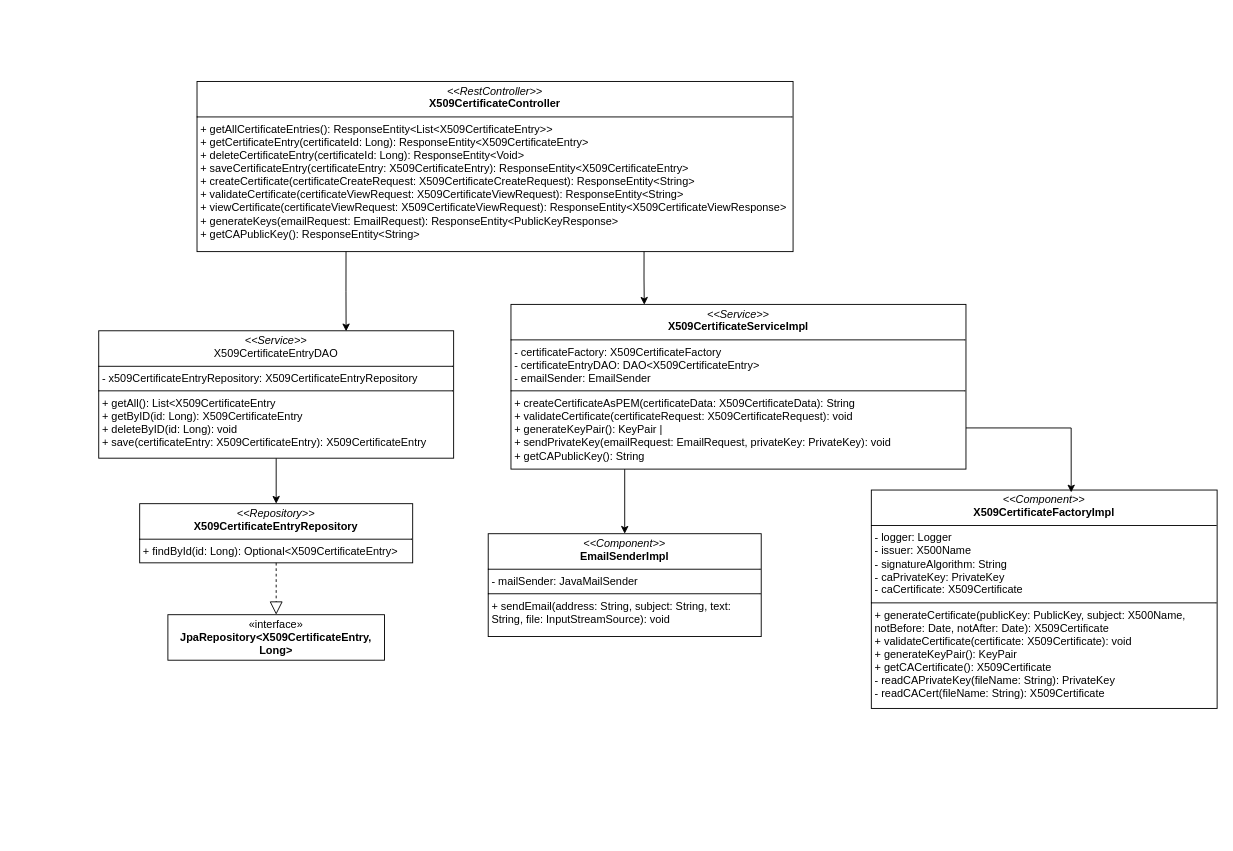
This is assets/diagrams/certificate_service_uml.drawio from jamestesting0/certification-authority-backend, a draw.io file, before an edit. Source tidied: cells renumbered, new cells numbered last; positions are measured from the earlier drawing's top-left corner, leaving out a move shared by most shapes. Both pictures are drawn from the tidied source at 91%, with x=0, y=0 at pixel (98, 81).
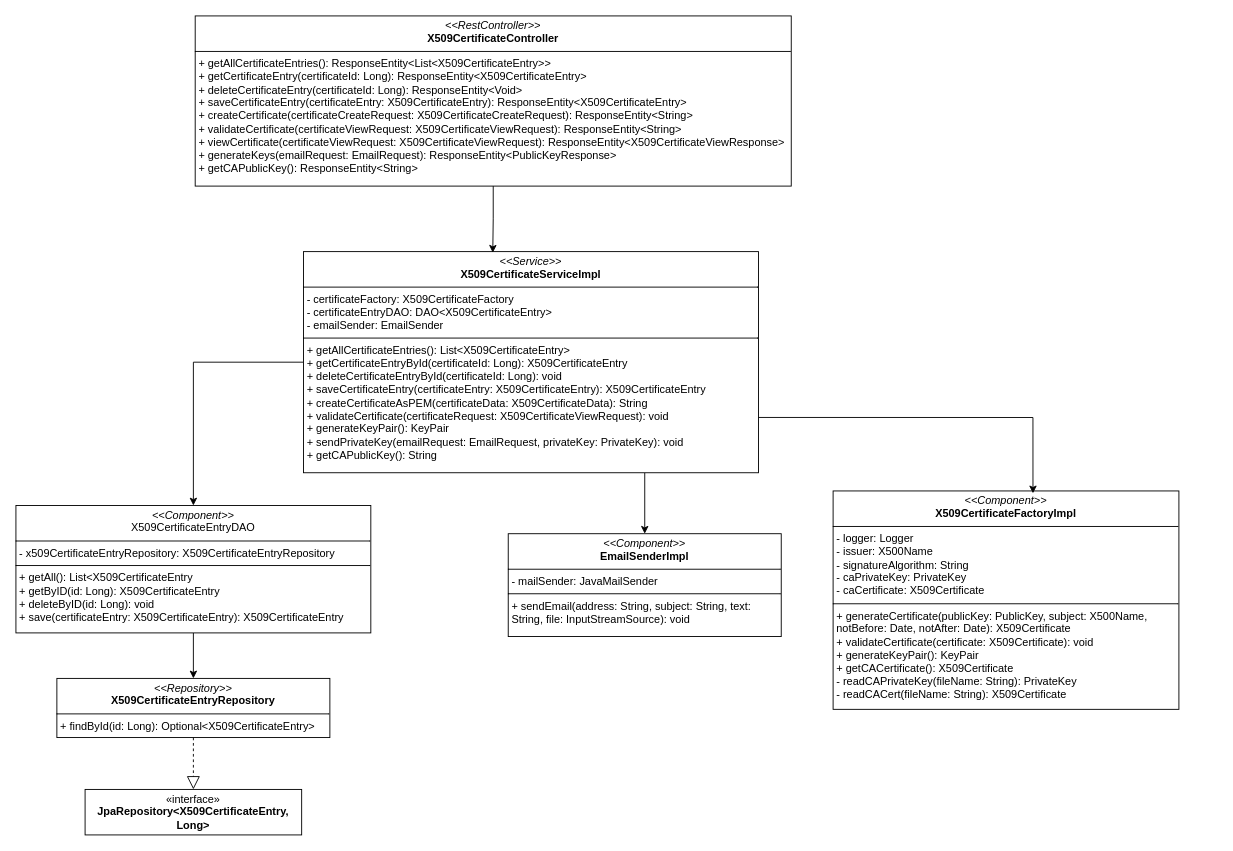
After the change.

Commit message (it also covers changes not shown here):
move dao folder

What changed in the source:
```diff
@@
 <mxGraphModel>
   <root>
     <mxCell id="0" />
     <mxCell id="1" parent="0" />
+    <mxCell id="15" style="edgeStyle=orthogonalEdgeStyle;rounded=0;jettySize=auto;html=1;exitX=0;exitY=0.5;exitDx=0;exitDy=0;" parent="1" edge="1" source="3" target="7">
+      <mxGeometry relative="1" as="geometry" />
+    </mxCell>
-    <mxCell id="2" style="edgeStyle=orthogonalEdgeStyle;rounded=0;jettySize=auto;html=1;exitX=0.25;exitY=1;exitDx=0;exitDy=0;entryX=0.5;entryY=0;entryDx=0;entryDy=0;" parent="1" edge="1" source="3" target="5">
+    <mxCell id="2" style="edgeStyle=orthogonalEdgeStyle;rounded=0;jettySize=auto;html=1;exitX=0.75;exitY=1;exitDx=0;exitDy=0;" parent="1" edge="1" source="3" target="5">
       <mxGeometry relative="1" as="geometry" />
     </mxCell>
-    <mxCell id="3" value="&lt;p style=&quot;margin:0px;margin-top:4px;text-align:center;&quot;&gt;&lt;i&gt;&amp;lt;&amp;lt;Service&amp;gt;&amp;gt;&lt;/i&gt;&lt;br&gt;&lt;b&gt;X509CertificateServiceImpl&lt;/b&gt;&lt;/p&gt;&lt;hr size=&quot;1&quot; style=&quot;border-style:solid;&quot;&gt;&lt;p style=&quot;margin:0px;margin-left:4px;&quot;&gt;- certificateFactory: X509CertificateFactory&lt;br&gt;- certificateEntryDAO: DAO&amp;lt;X509CertificateEntry&amp;gt;&lt;br&gt;&lt;/p&gt;&lt;p style=&quot;margin:0px;margin-left:4px;&quot;&gt;- emailSender: EmailSender&amp;nbsp;&lt;br&gt;&lt;/p&gt;&lt;hr size=&quot;1&quot; style=&quot;border-style:solid;&quot;&gt;&lt;p style=&quot;margin:0px;margin-left:4px;&quot;&gt;+ createCertificateAsPEM(certificateData: X509CertificateData): String&lt;br&gt;+ validateCertificate(certificateRequest: X509CertificateRequest): void&lt;br&gt;+ generateKeyPair(): KeyPair |&lt;br&gt;+ sendPrivateKey(emailRequest: EmailRequest, privateKey: PrivateKey): void&lt;br&gt;+ getCAPublicKey(): String&lt;br&gt;&lt;/p&gt;" style="verticalAlign=top;align=left;overflow=fill;html=1;whiteSpace=wrap;" parent="1" vertex="1">
-      <mxGeometry x="453" y="245" width="500" height="181" as="geometry" />
+    <mxCell id="3" value="&lt;p style=&quot;margin:0px;margin-top:4px;text-align:center;&quot;&gt;&lt;i&gt;&amp;lt;&amp;lt;Service&amp;gt;&amp;gt;&lt;/i&gt;&lt;br&gt;&lt;b&gt;X509CertificateServiceImpl&lt;/b&gt;&lt;/p&gt;&lt;hr size=&quot;1&quot; style=&quot;border-style:solid;&quot;&gt;&lt;p style=&quot;margin:0px;margin-left:4px;&quot;&gt;- certificateFactory: X509CertificateFactory&lt;br&gt;- certificateEntryDAO: DAO&amp;lt;X509CertificateEntry&amp;gt;&lt;br&gt;&lt;/p&gt;&lt;p style=&quot;margin:0px;margin-left:4px;&quot;&gt;- emailSender: EmailSender&amp;nbsp;&lt;br&gt;&lt;/p&gt;&lt;hr size=&quot;1&quot; style=&quot;border-style:solid;&quot;&gt;&lt;p style=&quot;margin:0px;margin-left:4px;&quot;&gt;+ getAllCertificateEntries(): List&amp;lt;X509CertificateEntry&amp;gt;&lt;br&gt;+ getCertificateEntryById(certificateId: Long): X509CertificateEntry&lt;br&gt;+ deleteCertificateEntryById(certificateId: Long): void&lt;br&gt;+ saveCertificateEntry(certificateEntry: X509CertificateEntry): X509CertificateEntry&lt;br&gt;+ createCertificateAsPEM(certificateData: X509CertificateData): String&lt;br&gt;+ validateCertificate(certificateRequest: X509CertificateViewRequest): void&lt;br&gt;+ generateKeyPair(): KeyPair&lt;br&gt;+ sendPrivateKey(emailRequest: EmailRequest, privateKey: PrivateKey): void&lt;br&gt;+ getCAPublicKey(): String&amp;nbsp; &amp;nbsp;&amp;nbsp;&lt;br&gt;&lt;/p&gt;" style="verticalAlign=top;align=left;overflow=fill;html=1;whiteSpace=wrap;" parent="1" vertex="1">
+      <mxGeometry x="225" y="187" width="500" height="243" as="geometry" />
     </mxCell>
     <mxCell id="4" value="&lt;p style=&quot;margin:0px;margin-top:4px;text-align:center;&quot;&gt;&lt;i&gt;&amp;lt;&amp;lt;Component&amp;gt;&amp;gt;&lt;/i&gt;&lt;br&gt;&lt;b&gt;X509CertificateFactoryImpl&lt;/b&gt;&lt;/p&gt;&lt;hr size=&quot;1&quot; style=&quot;border-style:solid;&quot;&gt;&lt;p style=&quot;margin:0px;margin-left:4px;&quot;&gt;- logger: Logger&lt;/p&gt;&lt;p style=&quot;margin:0px;margin-left:4px;&quot;&gt;- issuer: X500Name&lt;/p&gt;&lt;p style=&quot;margin:0px;margin-left:4px;&quot;&gt;- signatureAlgorithm: String&lt;/p&gt;&lt;p style=&quot;margin:0px;margin-left:4px;&quot;&gt;- caPrivateKey: PrivateKey&lt;/p&gt;&lt;p style=&quot;margin:0px;margin-left:4px;&quot;&gt;- caCertificate: X509Certificate&lt;br&gt;&lt;/p&gt;&lt;hr size=&quot;1&quot; style=&quot;border-style:solid;&quot;&gt;&lt;p style=&quot;margin:0px;margin-left:4px;&quot;&gt;+ generateCertificate(publicKey: PublicKey, subject: X500Name, notBefore: Date, notAfter: Date): X509Certificate&lt;br&gt;+ validateCertificate(certificate: X509Certificate): void&lt;br&gt;+ generateKeyPair(): KeyPair&lt;br&gt;+ getCACertificate(): X509Certificate&lt;br&gt;- readCAPrivateKey(fileName: String): PrivateKey&lt;br&gt;- readCACert(fileName: String): X509Certificate&amp;nbsp;&lt;br&gt;&lt;/p&gt;" style="verticalAlign=top;align=left;overflow=fill;html=1;whiteSpace=wrap;" parent="1" vertex="1">
-      <mxGeometry x="849" y="449" width="380" height="240" as="geometry" />
+      <mxGeometry x="807" y="450" width="380" height="240" as="geometry" />
     </mxCell>
     <mxCell id="5" value="&lt;p style=&quot;margin:0px;margin-top:4px;text-align:center;&quot;&gt;&lt;i&gt;&amp;lt;&amp;lt;Component&amp;gt;&amp;gt;&lt;/i&gt;&lt;br&gt;&lt;b&gt;EmailSenderImpl&lt;/b&gt;&lt;/p&gt;&lt;hr size=&quot;1&quot; style=&quot;border-style:solid;&quot;&gt;&lt;p style=&quot;margin:0px;margin-left:4px;&quot;&gt;- mailSender: JavaMailSender&amp;nbsp;&amp;nbsp;&lt;/p&gt;&lt;hr size=&quot;1&quot; style=&quot;border-style:solid;&quot;&gt;&lt;p style=&quot;margin:0px;margin-left:4px;&quot;&gt;+ sendEmail(address: String, subject: String, text: String, file: InputStreamSource): void&lt;br&gt;&lt;/p&gt;" style="verticalAlign=top;align=left;overflow=fill;html=1;whiteSpace=wrap;" parent="1" vertex="1">
-      <mxGeometry x="428" y="497" width="300" height="113" as="geometry" />
+      <mxGeometry x="450" y="497" width="300" height="113" as="geometry" />
     </mxCell>
     <mxCell id="6" style="edgeStyle=orthogonalEdgeStyle;rounded=0;jettySize=auto;html=1;exitX=0.5;exitY=1;exitDx=0;exitDy=0;entryX=0.5;entryY=0;entryDx=0;entryDy=0;" parent="1" edge="1" source="7" target="9">
       <mxGeometry relative="1" as="geometry" />
     </mxCell>
-    <mxCell id="7" value="&lt;p style=&quot;margin:0px;margin-top:4px;text-align:center;&quot;&gt;&lt;i&gt;&amp;lt;&amp;lt;Service&amp;gt;&amp;gt;&lt;/i&gt;&lt;br&gt;X509CertificateEntryDAO&lt;br&gt;&lt;/p&gt;&lt;hr size=&quot;1&quot; style=&quot;border-style:solid;&quot;&gt;&lt;p style=&quot;margin:0px;margin-left:4px;&quot;&gt;- x509CertificateEntryRepository: X509CertificateEntryRepository&lt;br&gt;&lt;/p&gt;&lt;hr size=&quot;1&quot; style=&quot;border-style:solid;&quot;&gt;&lt;p style=&quot;margin:0px;margin-left:4px;&quot;&gt;+ getAll(): List&amp;lt;X509CertificateEntry&lt;/p&gt;&lt;p style=&quot;margin:0px;margin-left:4px;&quot;&gt;+ getByID(id: Long): X509CertificateEntry&lt;/p&gt;&lt;p style=&quot;margin:0px;margin-left:4px;&quot;&gt;+ deleteByID(id: Long): void&lt;/p&gt;&lt;p style=&quot;margin:0px;margin-left:4px;&quot;&gt;+ save(certificateEntry: X509CertificateEntry): X509CertificateEntry&lt;br&gt;&lt;/p&gt;" style="verticalAlign=top;align=left;overflow=fill;html=1;whiteSpace=wrap;" parent="1" vertex="1">
-      <mxGeometry y="274" width="390" height="140" as="geometry" />
+    <mxCell id="7" value="&lt;p style=&quot;margin:0px;margin-top:4px;text-align:center;&quot;&gt;&lt;i&gt;&amp;lt;&amp;lt;Component&amp;gt;&amp;gt;&lt;/i&gt;&lt;br&gt;X509CertificateEntryDAO&lt;br&gt;&lt;/p&gt;&lt;hr size=&quot;1&quot; style=&quot;border-style:solid;&quot;&gt;&lt;p style=&quot;margin:0px;margin-left:4px;&quot;&gt;- x509CertificateEntryRepository: X509CertificateEntryRepository&lt;br&gt;&lt;/p&gt;&lt;hr size=&quot;1&quot; style=&quot;border-style:solid;&quot;&gt;&lt;p style=&quot;margin:0px;margin-left:4px;&quot;&gt;+ getAll(): List&amp;lt;X509CertificateEntry&lt;/p&gt;&lt;p style=&quot;margin:0px;margin-left:4px;&quot;&gt;+ getByID(id: Long): X509CertificateEntry&lt;/p&gt;&lt;p style=&quot;margin:0px;margin-left:4px;&quot;&gt;+ deleteByID(id: Long): void&lt;/p&gt;&lt;p style=&quot;margin:0px;margin-left:4px;&quot;&gt;+ save(certificateEntry: X509CertificateEntry): X509CertificateEntry&lt;br&gt;&lt;/p&gt;" style="verticalAlign=top;align=left;overflow=fill;html=1;whiteSpace=wrap;" parent="1" vertex="1">
+      <mxGeometry x="-91" y="466" width="390" height="140" as="geometry" />
     </mxCell>
     <mxCell id="8" style="edgeStyle=orthogonalEdgeStyle;rounded=0;jettySize=auto;html=1;exitX=1;exitY=0.75;exitDx=0;exitDy=0;entryX=0.578;entryY=0.011;entryDx=0;entryDy=0;entryPerimeter=0;" parent="1" edge="1" source="3" target="4">
       <mxGeometry relative="1" as="geometry" />
     </mxCell>
     <mxCell id="9" value="&lt;p style=&quot;margin:0px;margin-top:4px;text-align:center;&quot;&gt;&lt;i&gt;&amp;lt;&amp;lt;Repository&amp;gt;&amp;gt;&lt;/i&gt;&lt;br&gt;&lt;b&gt;X509CertificateEntryRepository&lt;/b&gt;&lt;/p&gt;&lt;hr size=&quot;1&quot; style=&quot;border-style:solid;&quot;&gt;&lt;p style=&quot;margin:0px;margin-left:4px;&quot;&gt;&lt;span class=&quot;hljs-operator&quot;&gt;+&lt;/span&gt; findById(id: Long): Optional&lt;span class=&quot;hljs-operator&quot;&gt;&amp;lt;&lt;/span&gt;X509CertificateEntry&lt;span class=&quot;hljs-operator&quot;&gt;&amp;gt;&lt;/span&gt;&lt;br&gt;&lt;/p&gt;" style="verticalAlign=top;align=left;overflow=fill;html=1;whiteSpace=wrap;" parent="1" vertex="1">
-      <mxGeometry x="45" y="464" width="300" height="65" as="geometry" />
+      <mxGeometry x="-46" y="656" width="300" height="65" as="geometry" />
     </mxCell>
     <mxCell id="10" style="endArrow=block;dashed=1;endFill=0;endSize=12;html=1;rounded=0;exitX=0.5;exitY=1;exitDx=0;exitDy=0;entryX=0.5;entryY=0;entryDx=0;entryDy=0;" parent="1" edge="1" source="9" target="11">
       <mxGeometry relative="1" as="geometry" />
     </mxCell>
     <mxCell id="11" value="«interface»&lt;br&gt;&lt;b&gt;JpaRepository&amp;lt;X509CertificateEntry, Long&amp;gt;&lt;/b&gt;" style="html=1;whiteSpace=wrap;" parent="1" vertex="1">
-      <mxGeometry x="76" y="586" width="238" height="50" as="geometry" />
+      <mxGeometry x="-15" y="778" width="238" height="50" as="geometry" />
     </mxCell>
     <mxCell id="12" value="&lt;p style=&quot;margin:0px;margin-top:4px;text-align:center;&quot;&gt;&lt;i&gt;&amp;lt;&amp;lt;RestController&amp;gt;&amp;gt;&lt;/i&gt;&lt;br&gt;&lt;b&gt;X509CertificateController&lt;/b&gt;&lt;/p&gt;&lt;hr size=&quot;1&quot; style=&quot;border-style:solid;&quot;&gt;&lt;p style=&quot;margin:0px;margin-left:4px;&quot;&gt;+ getAllCertificateEntries(): ResponseEntity&amp;lt;List&lt;span class=&quot;hljs-tag&quot;&gt;&amp;lt;&lt;span class=&quot;hljs-name&quot;&gt;X509CertificateEntry&lt;/span&gt;&amp;gt;&lt;/span&gt;&amp;gt;&lt;br&gt;+ getCertificateEntry(certificateId: Long): ResponseEntity&lt;span class=&quot;hljs-tag&quot;&gt;&amp;lt;&lt;span class=&quot;hljs-name&quot;&gt;X509CertificateEntry&lt;/span&gt;&amp;gt;&lt;/span&gt;&lt;br&gt;+ deleteCertificateEntry(certificateId: Long): ResponseEntity&lt;span class=&quot;hljs-tag&quot;&gt;&amp;lt;&lt;span class=&quot;hljs-name&quot;&gt;Void&lt;/span&gt;&amp;gt;&lt;/span&gt;&lt;br&gt;+ saveCertificateEntry(certificateEntry: X509CertificateEntry): ResponseEntity&lt;span class=&quot;hljs-tag&quot;&gt;&amp;lt;&lt;span class=&quot;hljs-name&quot;&gt;X509CertificateEntry&lt;/span&gt;&amp;gt;&lt;/span&gt;&lt;br&gt;+ createCertificate(certificateCreateRequest: X509CertificateCreateRequest): ResponseEntity&lt;span class=&quot;hljs-tag&quot;&gt;&amp;lt;&lt;span class=&quot;hljs-name&quot;&gt;String&lt;/span&gt;&amp;gt;&lt;/span&gt;&lt;br&gt;+ validateCertificate(certificateViewRequest: X509CertificateViewRequest): ResponseEntity&lt;span class=&quot;hljs-tag&quot;&gt;&amp;lt;&lt;span class=&quot;hljs-name&quot;&gt;String&lt;/span&gt;&amp;gt;&lt;/span&gt;&lt;br&gt;+ viewCertificate(certificateViewRequest: X509CertificateViewRequest): ResponseEntity&lt;span class=&quot;hljs-tag&quot;&gt;&amp;lt;&lt;span class=&quot;hljs-name&quot;&gt;X509CertificateViewResponse&lt;/span&gt;&amp;gt;&lt;/span&gt;&lt;br&gt;+ generateKeys(emailRequest: EmailRequest): ResponseEntity&lt;span class=&quot;hljs-tag&quot;&gt;&amp;lt;&lt;span class=&quot;hljs-name&quot;&gt;PublicKeyResponse&lt;/span&gt;&amp;gt;&lt;/span&gt;&lt;br&gt;+ getCAPublicKey(): ResponseEntity&lt;span class=&quot;hljs-tag&quot;&gt;&amp;lt;&lt;span class=&quot;hljs-name&quot;&gt;String&lt;/span&gt;&amp;gt;&lt;/span&gt;&lt;br&gt;&lt;/p&gt;" style="verticalAlign=top;align=left;overflow=fill;html=1;whiteSpace=wrap;" parent="1" vertex="1">
-      <mxGeometry x="108" width="655" height="187" as="geometry" />
+      <mxGeometry x="106" y="-72" width="655" height="187" as="geometry" />
     </mxCell>
-    <mxCell id="13" style="edgeStyle=orthogonalEdgeStyle;rounded=0;jettySize=auto;html=1;exitX=0.75;exitY=1;exitDx=0;exitDy=0;entryX=0.293;entryY=0.002;entryDx=0;entryDy=0;entryPerimeter=0;" parent="1" edge="1" source="12" target="3">
+    <mxCell id="13" style="edgeStyle=orthogonalEdgeStyle;rounded=0;jettySize=auto;html=1;exitX=0.5;exitY=1;exitDx=0;exitDy=0;entryX=0.416;entryY=0.005;entryDx=0;entryDy=0;entryPerimeter=0;" parent="1" edge="1" source="12" target="3">
       <mxGeometry relative="1" as="geometry" />
     </mxCell>
-    <mxCell id="14" style="edgeStyle=orthogonalEdgeStyle;rounded=0;jettySize=auto;html=1;exitX=0.25;exitY=1;exitDx=0;exitDy=0;entryX=0.697;entryY=0.004;entryDx=0;entryDy=0;entryPerimeter=0;" parent="1" edge="1" source="12" target="7">
-      <mxGeometry relative="1" as="geometry" />
-    </mxCell>
   </root>
 </mxGraphModel>
```
